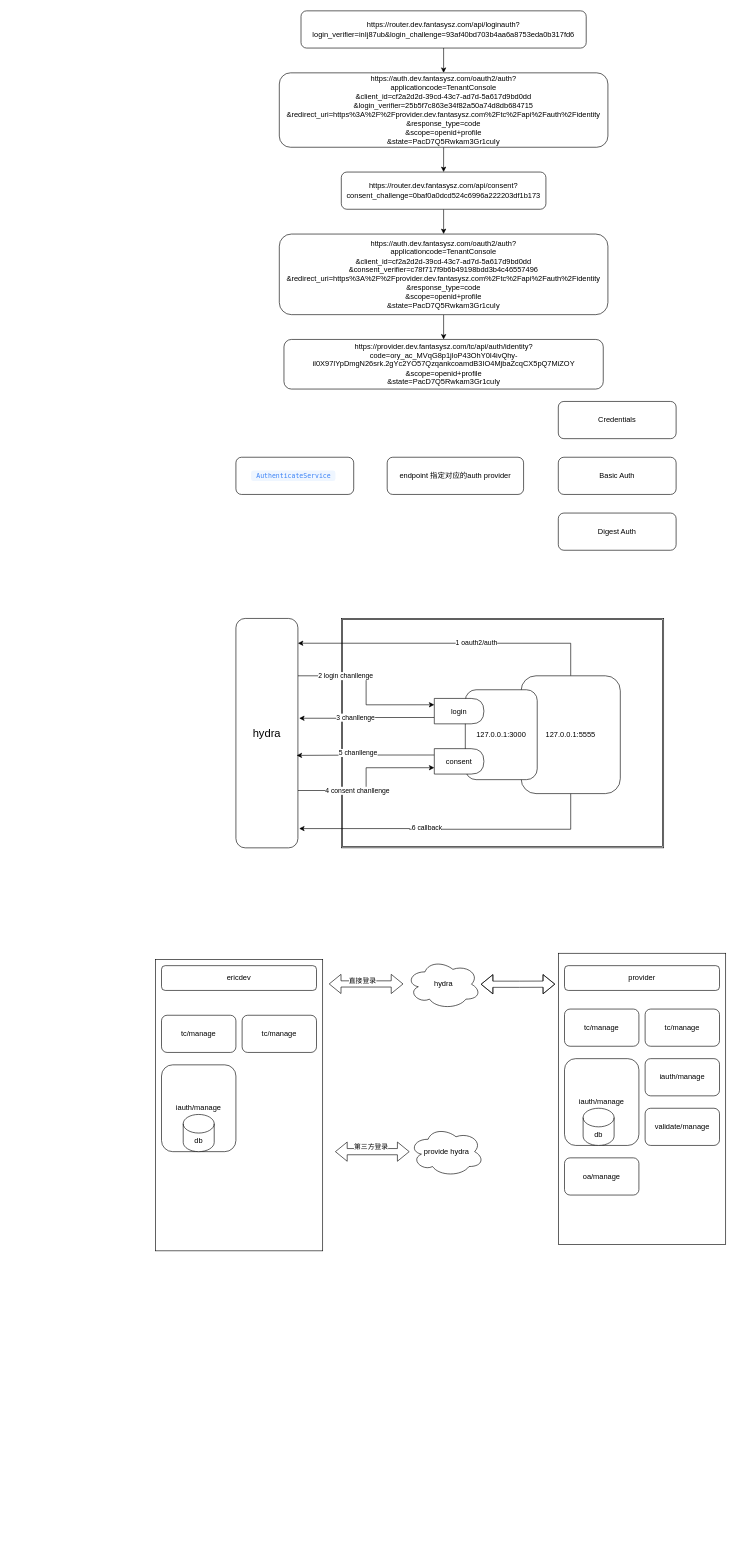
This is authing.drawio from windingmonth/draw, a draw.io file, before an edit. Source tidied: cells renumbered, new cells numbered last; positions are measured from the earlier drawing's top-left corner, leaving out a move shared by most shapes. Both pictures are drawn from the tidied source at 62%, with x=0, y=0 at pixel (155, 11).
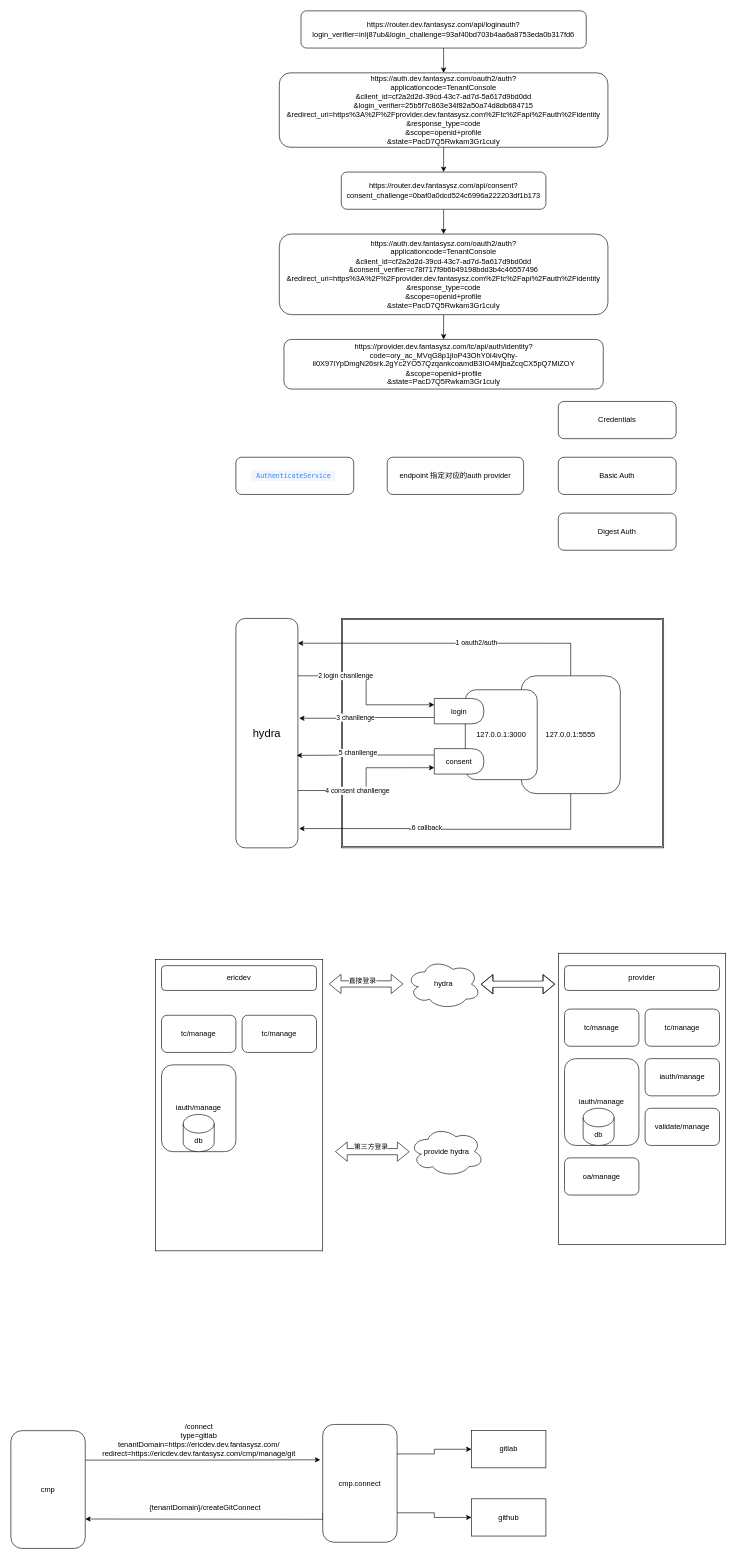
After the change.

The edit, as a diff of the source:
```diff
@@
+    <mxCell id="57" style="edgeStyle=orthogonalEdgeStyle;rounded=0;jettySize=auto;html=1;exitX=1;exitY=0.25;exitDx=0;exitDy=0;entryX=-0.033;entryY=0.3;entryDx=0;entryDy=0;entryPerimeter=0;" parent="1" edge="1" source="58" target="62">
+      <mxGeometry relative="1" as="geometry" />
+    </mxCell>
+    <mxCell id="58" value="cmp" style="rounded=1;whiteSpace=wrap;html=1;" parent="1" vertex="1">
+      <mxGeometry x="-233" y="2290" width="120" height="190" as="geometry" />
+    </mxCell>
+    <mxCell id="59" style="edgeStyle=orthogonalEdgeStyle;rounded=0;jettySize=auto;html=1;exitX=1;exitY=0.25;exitDx=0;exitDy=0;entryX=0;entryY=0.5;entryDx=0;entryDy=0;" parent="1" edge="1" source="62" target="64">
+      <mxGeometry relative="1" as="geometry" />
+    </mxCell>
+    <mxCell id="60" style="edgeStyle=orthogonalEdgeStyle;rounded=0;jettySize=auto;html=1;exitX=1;exitY=0.75;exitDx=0;exitDy=0;entryX=0;entryY=0.5;entryDx=0;entryDy=0;" parent="1" edge="1" source="62" target="65">
+      <mxGeometry relative="1" as="geometry" />
+    </mxCell>
+    <mxCell id="61" style="edgeStyle=orthogonalEdgeStyle;rounded=0;jettySize=auto;html=1;exitX=0;exitY=0.75;exitDx=0;exitDy=0;entryX=1;entryY=0.75;entryDx=0;entryDy=0;" parent="1" edge="1" source="62" target="58">
+      <mxGeometry relative="1" as="geometry">
+        <Array as="points">
+          <mxPoint x="290" y="2433" />
+          <mxPoint x="89" y="2433" />
+        </Array>
+      </mxGeometry>
+    </mxCell>
+    <mxCell id="62" value="cmp.connect" style="rounded=1;whiteSpace=wrap;html=1;" parent="1" vertex="1">
+      <mxGeometry x="270" y="2280" width="120" height="190" as="geometry" />
+    </mxCell>
+    <mxCell id="63" value="/connect&lt;br&gt;type=gitlab&lt;br&gt;tenantDomain=https://ericdev.dev.fantasysz.com/&lt;br&gt;redirect=https://ericdev.dev.fantasysz.com/cmp/manage/git" style="text;html=1;align=center;verticalAlign=middle;strokeColor=none;fillColor=none;" parent="1" vertex="1">
+      <mxGeometry x="-95" y="2270" width="330" height="70" as="geometry" />
+    </mxCell>
+    <mxCell id="64" value="gitlab" style="rounded=0;whiteSpace=wrap;html=1;" parent="1" vertex="1">
+      <mxGeometry x="510" y="2290" width="120" height="60" as="geometry" />
+    </mxCell>
+    <mxCell id="65" value="github" style="rounded=0;whiteSpace=wrap;html=1;" parent="1" vertex="1">
+      <mxGeometry x="510" y="2400" width="120" height="60" as="geometry" />
+    </mxCell>
+    <mxCell id="66" value="{tenantDomain}/createGitConnect" style="text;html=1;align=center;verticalAlign=middle;strokeColor=none;fillColor=none;" parent="1" vertex="1">
+      <mxGeometry x="-20" y="2400" width="200" height="30" as="geometry" />
+    </mxCell>
```
